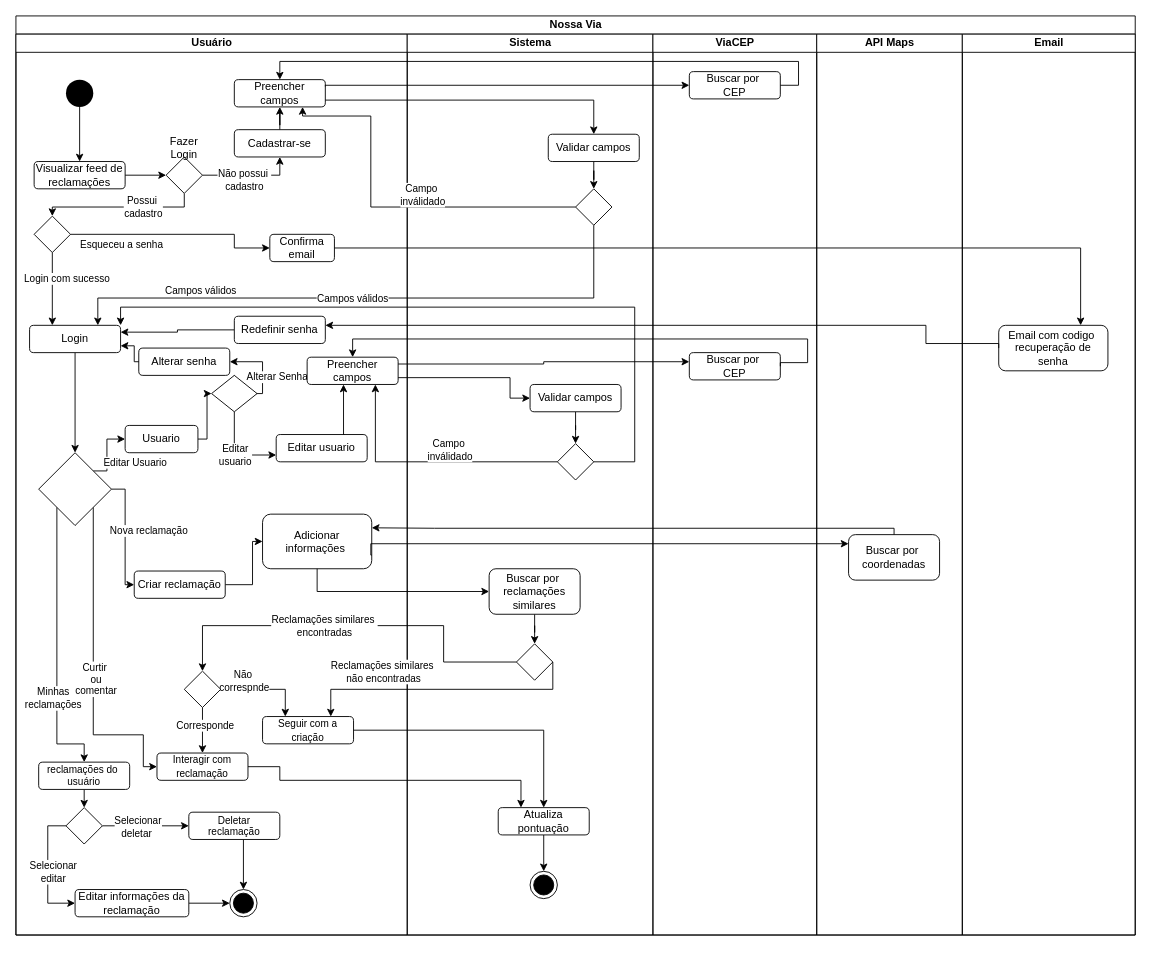
frsouzaa/Documentacao-TCC-NossaVia keeps this draw.io diagram as Documentação/Diagramas/Diagrama de Atividades.drawio. Above is the earlier version. Source tidied: cells renumbered, new cells numbered last; positions are measured from the earlier drawing's top-left corner, leaving out a move shared by most shapes. Both pictures are drawn from the tidied source at 91%, with x=0, y=0 at pixel (15, 15).
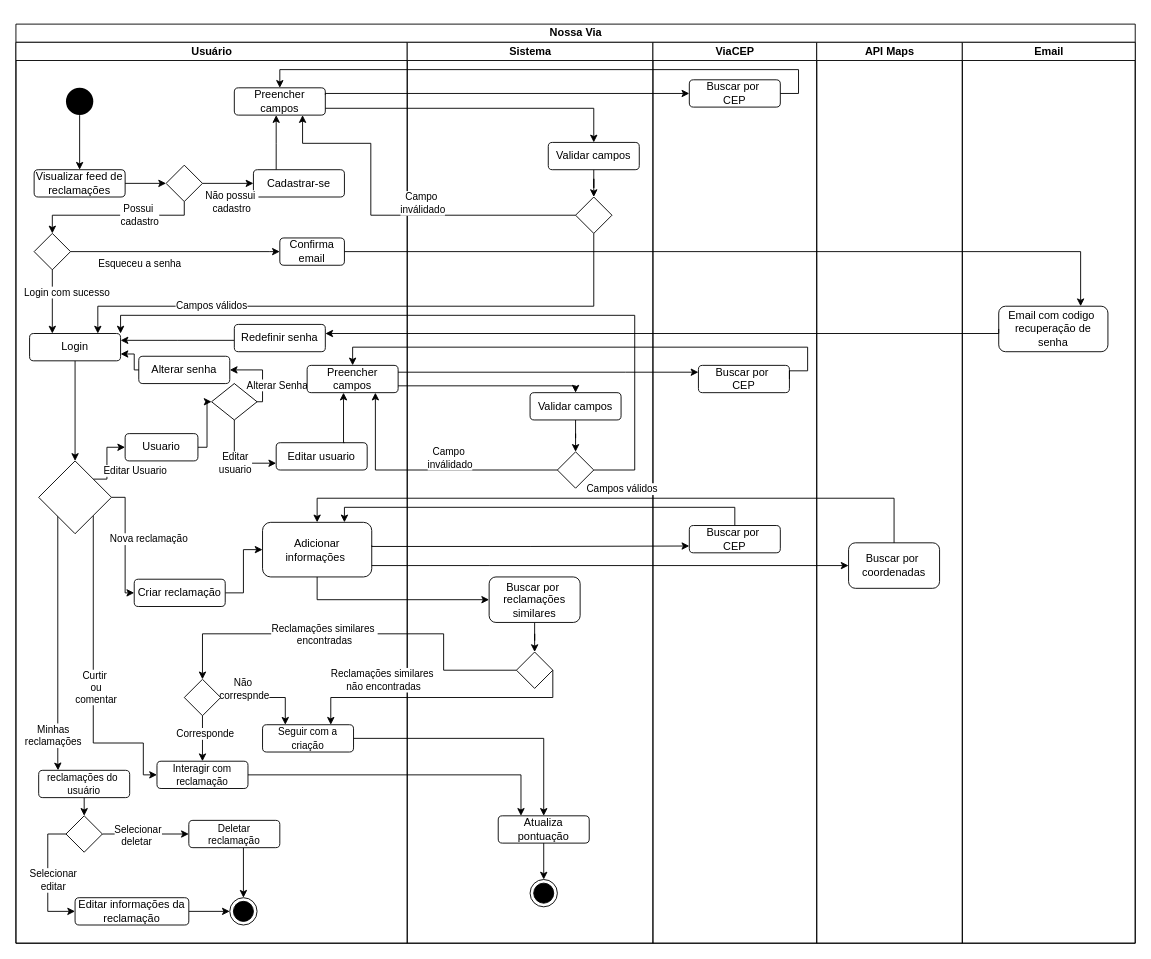
Above is the later version.

Unchanged cells that the change refers to:
```xml
<mxCell id="3" value="Usuário" style="swimlane;startSize=20;html=1;" parent="2" vertex="1">
  <mxGeometry y="20" width="430" height="990" as="geometry" />
</mxCell>
<mxCell id="8" value="Preencher campos" style="rounded=1;whiteSpace=wrap;html=1;" parent="3" vertex="1">
  <mxGeometry x="240" y="50" width="100" height="30" as="geometry" />
</mxCell>
<mxCell id="11" value="Login" style="rounded=1;whiteSpace=wrap;html=1;" parent="3" vertex="1">
  <mxGeometry x="15" y="320" width="100" height="30" as="geometry" />
</mxCell>
<mxCell id="15" style="rhombus;whiteSpace=wrap;html=1;" parent="3" vertex="1">
  <mxGeometry x="165" y="135" width="40" height="40" as="geometry" />
</mxCell>
<mxCell id="24" style="rhombus;whiteSpace=wrap;html=1;" parent="3" vertex="1">
  <mxGeometry x="25" y="460" width="80" height="80" as="geometry" />
</mxCell>
<mxCell id="26" value="&lt;font style=&quot;font-size: 12px;&quot;&gt;Criar&amp;nbsp;&lt;span style=&quot;text-wrap: nowrap;&quot;&gt;reclamação&lt;/span&gt;&lt;/font&gt;" style="rounded=1;whiteSpace=wrap;html=1;" parent="3" vertex="1">
  <mxGeometry x="130" y="590" width="100" height="30" as="geometry" />
</mxCell>
<mxCell id="27" value="Adicionar informações&amp;nbsp;" style="rounded=1;whiteSpace=wrap;html=1;" parent="3" vertex="1">
  <mxGeometry x="271" y="527.5" width="120" height="60" as="geometry" />
</mxCell>
<mxCell id="28" value="&lt;span style=&quot;font-size: 11px;&quot;&gt;Interagir com reclamação&lt;/span&gt;" style="rounded=1;whiteSpace=wrap;html=1;" parent="3" vertex="1">
  <mxGeometry x="155" y="790" width="100" height="30" as="geometry" />
</mxCell>
<mxCell id="37" value="&lt;div style=&quot;text-wrap: nowrap; font-size: 11px;&quot;&gt;&lt;font style=&quot;font-size: 11px;&quot;&gt;&lt;span style=&quot;text-wrap: wrap;&quot;&gt;reclamações&amp;nbsp;&lt;/span&gt;&lt;span style=&quot;background-color: initial; text-wrap: wrap;&quot;&gt;do&amp;nbsp;&lt;/span&gt;&lt;/font&gt;&lt;/div&gt;&lt;div style=&quot;font-size: 11px;&quot;&gt;&lt;font style=&quot;font-size: 11px;&quot;&gt;usuário&lt;/font&gt;&lt;/div&gt;" style="rounded=1;whiteSpace=wrap;html=1;" parent="3" vertex="1">
  <mxGeometry x="25" y="800" width="100" height="30" as="geometry" />
</mxCell>
<mxCell id="50" value="Redefinir senha" style="rounded=1;whiteSpace=wrap;html=1;" parent="3" vertex="1">
  <mxGeometry x="240" y="310" width="100" height="30" as="geometry" />
</mxCell>
<mxCell id="63" value="Preencher campos" style="rounded=1;whiteSpace=wrap;html=1;" parent="3" vertex="1">
  <mxGeometry x="320" y="355" width="100" height="30" as="geometry" />
</mxCell>
<mxCell id="73" style="rhombus;whiteSpace=wrap;html=1;" parent="70" vertex="1">
  <mxGeometry x="185" y="170" width="40" height="40" as="geometry" />
</mxCell>
<mxCell id="75" value="Atualiza pontuação" style="rounded=1;whiteSpace=wrap;html=1;" parent="70" vertex="1">
  <mxGeometry x="100" y="850" width="100" height="30" as="geometry" />
</mxCell>
<mxCell id="78" value="Validar campos" style="rounded=1;whiteSpace=wrap;html=1;" parent="70" vertex="1">
  <mxGeometry x="135" y="385" width="100" height="30" as="geometry" />
</mxCell>
<mxCell id="91" value="ViaCEP" style="swimlane;startSize=20;html=1;" parent="2" vertex="1">
  <mxGeometry x="700" y="20" width="180" height="990" as="geometry" />
</mxCell>
<mxCell id="95" value="Buscar por&amp;nbsp;&lt;div&gt;coordenadas&lt;/div&gt;" style="rounded=1;whiteSpace=wrap;html=1;" parent="94" vertex="1">
  <mxGeometry x="35" y="550" width="100" height="50" as="geometry" />
</mxCell>
<mxCell id="96" value="Email" style="swimlane;startSize=20;html=1;" parent="2" vertex="1">
  <mxGeometry x="1040" y="20" width="190" height="990" as="geometry" />
</mxCell>
<mxCell id="98" style="edgeStyle=orthogonalEdgeStyle;rounded=0;jettySize=auto;html=1;entryX=0.75;entryY=0;entryDx=0;entryDy=0;exitX=0.5;exitY=1;exitDx=0;exitDy=0;" parent="2" edge="1" source="73" target="11">
  <mxGeometry relative="1" as="geometry">
    <Array as="points">
      <mxPoint x="635" y="310" />
      <mxPoint x="90" y="310" />
    </Array>
  </mxGeometry>
</mxCell>
```

Change to the diagram source:
```diff
@@
     <mxCell id="2" value="Nossa Via" style="swimlane;startSize=20;html=1;" parent="1" vertex="1">
-      <mxGeometry width="1230" height="1010" as="geometry" />
+      <mxGeometry y="9" width="1230" height="1010" as="geometry" />
     </mxCell>
@@
-    <mxCell id="6" style="edgeStyle=orthogonalEdgeStyle;rounded=0;jettySize=auto;html=1;entryX=0.5;entryY=1;entryDx=0;entryDy=0;" parent="3" edge="1" source="7" target="8">
-      <mxGeometry relative="1" as="geometry" />
+    <mxCell id="6" style="edgeStyle=orthogonalEdgeStyle;rounded=0;jettySize=auto;html=1;exitX=0.25;exitY=0;exitDx=0;exitDy=0;" parent="3" edge="1" source="7" target="8">
+      <mxGeometry relative="1" as="geometry">
+        <Array as="points">
+          <mxPoint x="286" y="111" />
+          <mxPoint x="286" y="111" />
+        </Array>
+      </mxGeometry>
     </mxCell>
     <mxCell id="7" value="Cadastrar-se" style="rounded=1;whiteSpace=wrap;html=1;" parent="3" vertex="1">
-      <mxGeometry x="240" y="105" width="100" height="30" as="geometry" />
+      <mxGeometry x="261" y="140" width="100" height="30" as="geometry" />
     </mxCell>
@@
-    <mxCell id="12" style="edgeStyle=orthogonalEdgeStyle;rounded=0;jettySize=auto;html=1;entryX=0.5;entryY=1;entryDx=0;entryDy=0;exitX=1;exitY=0.5;exitDx=0;exitDy=0;" parent="3" edge="1" source="15" target="7">
+    <mxCell id="12" style="edgeStyle=orthogonalEdgeStyle;rounded=0;jettySize=auto;html=1;entryX=0;entryY=0.5;entryDx=0;entryDy=0;exitX=1;exitY=0.5;exitDx=0;exitDy=0;" parent="3" edge="1" source="15" target="7">
       <mxGeometry relative="1" as="geometry" />
     </mxCell>
     <mxCell id="13" value="Não possui&amp;nbsp;&lt;div&gt;cadastro&lt;/div&gt;" style="edgeLabel;html=1;align=center;verticalAlign=middle;" parent="12" vertex="1">
       <mxGeometry x="0.31" y="-2" relative="1" as="geometry">
-        <mxPoint x="-24" y="3" as="offset" />
+        <mxPoint x="-6" y="18" as="offset" />
       </mxGeometry>
     </mxCell>
@@
-    <mxCell id="18" style="edgeStyle=orthogonalEdgeStyle;rounded=0;jettySize=auto;html=1;exitX=0;exitY=1;exitDx=0;exitDy=0;entryX=0.5;entryY=0;entryDx=0;entryDy=0;" parent="3" edge="1" source="24" target="37">
+    <mxCell id="18" style="edgeStyle=orthogonalEdgeStyle;rounded=0;jettySize=auto;html=1;exitX=0;exitY=1;exitDx=0;exitDy=0;entryX=0.213;entryY=0.001;entryDx=0;entryDy=0;entryPerimeter=0;" parent="3" edge="1" source="24" target="37">
       <mxGeometry relative="1" as="geometry">
         <Array as="points">
-          <mxPoint x="45" y="780" />
-          <mxPoint x="75" y="780" />
+          <mxPoint x="46" y="520" />
+          <mxPoint x="46" y="791" />
         </Array>
       </mxGeometry>
     </mxCell>
     <mxCell id="19" value="Minhas&lt;div&gt;reclamações&lt;/div&gt;" style="edgeLabel;html=1;align=center;verticalAlign=middle;" parent="18" vertex="1">
       <mxGeometry x="-0.14" y="-1" relative="1" as="geometry">
-        <mxPoint x="-4" y="76" as="offset" />
+        <mxPoint x="-5" y="121" as="offset" />
       </mxGeometry>
     </mxCell>
@@
     <mxCell id="25" style="edgeStyle=orthogonalEdgeStyle;rounded=0;jettySize=auto;html=1;exitX=1;exitY=0.5;exitDx=0;exitDy=0;entryX=0;entryY=0.5;entryDx=0;entryDy=0;" parent="3" edge="1" source="26" target="27">
       <mxGeometry relative="1" as="geometry">
         <Array as="points">
-          <mxPoint x="260" y="605" />
-          <mxPoint x="260" y="558" />
+          <mxPoint x="250" y="605" />
+          <mxPoint x="250" y="558" />
           <mxPoint x="271" y="558" />
         </Array>
       </mxGeometry>
     </mxCell>
@@
     <mxCell id="48" style="rhombus;whiteSpace=wrap;html=1;" parent="3" vertex="1">
-      <mxGeometry x="20" y="200" width="40" height="40" as="geometry" />
+      <mxGeometry x="20" y="210" width="40" height="40" as="geometry" />
     </mxCell>
     <mxCell id="49" style="edgeStyle=orthogonalEdgeStyle;rounded=0;jettySize=auto;html=1;entryX=1;entryY=0.25;entryDx=0;entryDy=0;" parent="3" edge="1" source="50" target="11">
-      <mxGeometry relative="1" as="geometry" />
+      <mxGeometry relative="1" as="geometry">
+        <Array as="points">
+          <mxPoint x="178" y="328" />
+        </Array>
+      </mxGeometry>
     </mxCell>
@@
     <mxCell id="51" value="Esqueceu a senha" style="edgeLabel;html=1;align=center;verticalAlign=middle;" parent="3" vertex="1">
       <mxGeometry x="261" y="240" as="geometry">
-        <mxPoint x="-146" y="-9" as="offset" />
+        <mxPoint x="-126" y="2" as="offset" />
       </mxGeometry>
     </mxCell>
-    <mxCell id="52" value="Fazer Login" style="text;html=1;align=center;verticalAlign=middle;whiteSpace=wrap;rounded=0;" parent="3" vertex="1">
-      <mxGeometry x="155" y="110" width="60" height="30" as="geometry" />
-    </mxCell>
@@
     <mxCell id="58" value="Confirma email" style="rounded=1;whiteSpace=wrap;html=1;" parent="3" vertex="1">
-      <mxGeometry x="279" y="220" width="71" height="30" as="geometry" />
+      <mxGeometry x="290" y="215" width="71" height="30" as="geometry" />
     </mxCell>
-    <mxCell id="59" style="edgeStyle=orthogonalEdgeStyle;rounded=0;jettySize=auto;html=1;entryX=0;entryY=0.5;entryDx=0;entryDy=0;" parent="3" edge="1" source="48" target="58">
+    <mxCell id="59" style="edgeStyle=orthogonalEdgeStyle;rounded=0;jettySize=auto;html=1;entryX=0;entryY=0.5;entryDx=0;entryDy=0;exitX=1;exitY=0.5;exitDx=0;exitDy=0;" parent="3" edge="1" source="48" target="58">
       <mxGeometry relative="1" as="geometry">
         <Array as="points">
-          <mxPoint x="240" y="220" />
-          <mxPoint x="240" y="235" />
+          <mxPoint x="279" y="230" />
         </Array>
       </mxGeometry>
     </mxCell>
@@
     <mxCell id="83" style="edgeStyle=orthogonalEdgeStyle;rounded=0;jettySize=auto;html=1;exitX=0;exitY=0.5;exitDx=0;exitDy=0;entryX=0.75;entryY=1;entryDx=0;entryDy=0;" parent="2" edge="1" source="73" target="8">
       <mxGeometry relative="1" as="geometry">
         <Array as="points">
           <mxPoint x="390" y="210" />
-          <mxPoint x="390" y="110" />
-          <mxPoint x="315" y="110" />
+          <mxPoint x="390" y="131" />
+          <mxPoint x="315" y="131" />
         </Array>
       </mxGeometry>
     </mxCell>
@@
     <mxCell id="86" style="edgeStyle=orthogonalEdgeStyle;rounded=0;jettySize=auto;html=1;entryX=0.25;entryY=0;entryDx=0;entryDy=0;exitX=1;exitY=0.5;exitDx=0;exitDy=0;" parent="2" edge="1" source="28" target="75">
       <mxGeometry relative="1" as="geometry">
         <Array as="points">
-          <mxPoint x="290" y="825" />
-          <mxPoint x="290" y="840" />
-          <mxPoint x="555" y="840" />
+          <mxPoint x="555" y="825" />
         </Array>
       </mxGeometry>
     </mxCell>
@@
     <mxCell id="93" value="Buscar por&amp;nbsp;&lt;div&gt;&lt;div&gt;CEP&lt;/div&gt;&lt;/div&gt;" style="rounded=1;whiteSpace=wrap;html=1;" parent="91" vertex="1">
-      <mxGeometry x="40" y="350" width="100" height="30" as="geometry" />
+      <mxGeometry x="50" y="355" width="100" height="30" as="geometry" />
     </mxCell>
+    <mxCell id="115" value="Buscar por&amp;nbsp;&lt;div&gt;&lt;div&gt;CEP&lt;/div&gt;&lt;/div&gt;" style="rounded=1;whiteSpace=wrap;html=1;" parent="91" vertex="1">
+      <mxGeometry x="40" y="531" width="100" height="30" as="geometry" />
+    </mxCell>
@@
     <mxCell id="97" value="Email com codigo&amp;nbsp; recuperação de senha" style="rounded=1;whiteSpace=wrap;html=1;" parent="96" vertex="1">
-      <mxGeometry x="40" y="320" width="120" height="50" as="geometry" />
+      <mxGeometry x="40" y="290" width="120" height="50" as="geometry" />
     </mxCell>
@@
     <mxCell id="99" value="Campos válidos" style="edgeLabel;html=1;align=center;verticalAlign=middle;" parent="98" vertex="1">
       <mxGeometry x="-0.19" y="-3" relative="1" as="geometry">
-        <mxPoint x="-81" y="3" as="offset" />
+        <mxPoint x="215" y="203" as="offset" />
       </mxGeometry>
     </mxCell>
     <mxCell id="100" style="edgeStyle=orthogonalEdgeStyle;rounded=0;jettySize=auto;html=1;exitX=1;exitY=0.5;exitDx=0;exitDy=0;" parent="2" edge="1" source="58" target="97">
       <mxGeometry relative="1" as="geometry">
         <Array as="points">
-          <mxPoint x="1170" y="255" />
+          <mxPoint x="1170" y="250" />
         </Array>
       </mxGeometry>
     </mxCell>
@@
     <mxCell id="104" style="edgeStyle=orthogonalEdgeStyle;rounded=0;jettySize=auto;html=1;exitX=0;exitY=0.5;exitDx=0;exitDy=0;" parent="2" edge="1" source="97">
       <mxGeometry relative="1" as="geometry">
         <mxPoint x="340" y="340" as="targetPoint" />
         <Array as="points">
-          <mxPoint x="1080" y="360" />
-          <mxPoint x="1000" y="360" />
-          <mxPoint x="1000" y="340" />
+          <mxPoint x="1080" y="340" />
         </Array>
       </mxGeometry>
     </mxCell>
@@
-    <mxCell id="108" style="edgeStyle=orthogonalEdgeStyle;jettySize=auto;html=1;rounded=0;exitX=1;exitY=0.75;exitDx=0;exitDy=0;entryX=0;entryY=0.5;entryDx=0;entryDy=0;" parent="2" edge="1" source="63" target="78">
+    <mxCell id="108" style="edgeStyle=orthogonalEdgeStyle;jettySize=auto;html=1;rounded=0;exitX=1;exitY=0.75;exitDx=0;exitDy=0;entryX=0.5;entryY=0;entryDx=0;entryDy=0;" parent="2" edge="1" source="63" target="78">
       <mxGeometry relative="1" as="geometry">
         <Array as="points">
-          <mxPoint x="543" y="398" />
-          <mxPoint x="543" y="420" />
+          <mxPoint x="615" y="398" />
         </Array>
       </mxGeometry>
     </mxCell>
@@
-    <mxCell id="110" style="edgeStyle=orthogonalEdgeStyle;rounded=0;jettySize=auto;html=1;exitX=0.5;exitY=0;exitDx=0;exitDy=0;entryX=1;entryY=0.25;entryDx=0;entryDy=0;" parent="2" edge="1" source="95" target="27">
+    <mxCell id="110" style="edgeStyle=orthogonalEdgeStyle;rounded=0;jettySize=auto;html=1;exitX=0.5;exitY=0;exitDx=0;exitDy=0;entryX=0.5;entryY=0;entryDx=0;entryDy=0;" parent="2" edge="1" source="95" target="27">
       <mxGeometry relative="1" as="geometry">
         <Array as="points">
-          <mxPoint x="965" y="563" />
-          <mxPoint x="460" y="563" />
+          <mxPoint x="965" y="521" />
+          <mxPoint x="331" y="521" />
         </Array>
       </mxGeometry>
     </mxCell>
-    <mxCell id="111" style="edgeStyle=orthogonalEdgeStyle;jettySize=auto;html=1;rounded=0;exitX=1;exitY=0.75;exitDx=0;exitDy=0;" parent="2" edge="1" source="27" target="95">
+    <mxCell id="111" style="edgeStyle=orthogonalEdgeStyle;jettySize=auto;html=1;rounded=0;" parent="2" edge="1" source="27" target="95">
       <mxGeometry relative="1" as="geometry">
         <Array as="points">
-          <mxPoint x="390" y="580" />
+          <mxPoint x="520" y="595" />
+          <mxPoint x="520" y="595" />
         </Array>
       </mxGeometry>
     </mxCell>
     <mxCell id="112" style="edgeStyle=orthogonalEdgeStyle;jettySize=auto;html=1;rounded=0;exitX=1;exitY=0.25;exitDx=0;exitDy=0;" parent="2" edge="1" source="63" target="93">
       <mxGeometry relative="1" as="geometry">
         <Array as="points">
-          <mxPoint x="580" y="383" />
-          <mxPoint x="580" y="380" />
+          <mxPoint x="670" y="382" />
+          <mxPoint x="670" y="382" />
         </Array>
       </mxGeometry>
     </mxCell>
@@
+    <mxCell id="116" style="edgeStyle=orthogonalEdgeStyle;rounded=0;jettySize=auto;html=1;exitX=1;exitY=0.424;exitDx=0;exitDy=0;entryX=0;entryY=0.75;entryDx=0;entryDy=0;exitPerimeter=0;" parent="2" edge="1" source="27" target="115">
+      <mxGeometry relative="1" as="geometry">
+        <Array as="points">
+          <mxPoint x="391" y="574" />
+          <mxPoint x="565" y="574" />
+        </Array>
+      </mxGeometry>
+    </mxCell>
+    <mxCell id="117" style="edgeStyle=orthogonalEdgeStyle;rounded=0;jettySize=auto;html=1;exitX=0.5;exitY=0;exitDx=0;exitDy=0;entryX=0.75;entryY=0;entryDx=0;entryDy=0;" parent="2" edge="1" source="115" target="27">
+      <mxGeometry relative="1" as="geometry" />
+    </mxCell>
     <mxCell id="114" value="Campos válidos" style="edgeLabel;html=1;align=center;verticalAlign=middle;" parent="1" vertex="1">
       <mxGeometry x="359.2" y="280" as="geometry">
-        <mxPoint x="-157" y="21" as="offset" />
+        <mxPoint x="-145" y="38" as="offset" />
       </mxGeometry>
     </mxCell>
```
